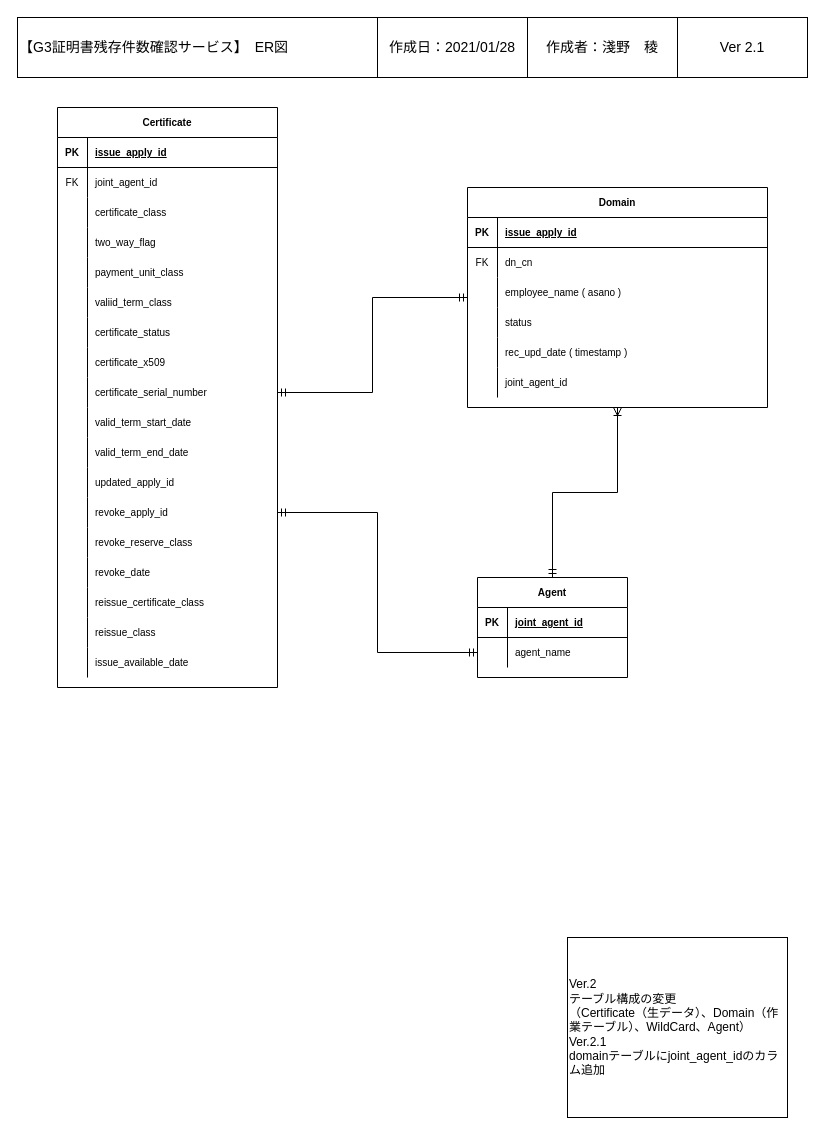
r-asano/kaihatsubuKenshu keeps this draw.io diagram as page "ER図" (3 of 6) of UMLDiagram.drawio. Above is the earlier version. Source tidied: cells renumbered, new cells numbered last; positions are measured from the earlier drawing's top-left corner, leaving out a move shared by most shapes. Both pictures are drawn from the tidied source at 100%, with x=0, y=0 at pixel (17, 17).
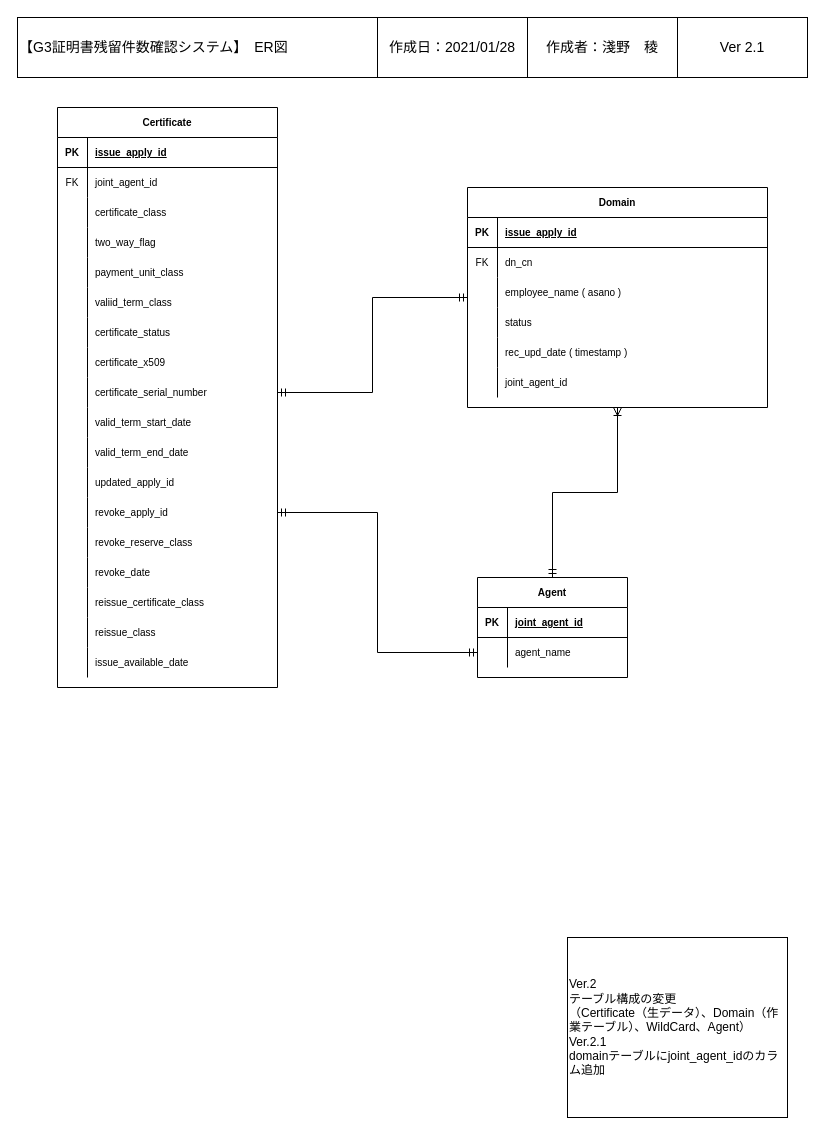
The same page after the edit.

What changed in the source:
```diff
@@
-    <mxCell id="28" value="&lt;div style=&quot;font-size: 14px&quot; align=&quot;left&quot;&gt;&lt;font style=&quot;font-size: 14px&quot;&gt;【G3証明書残存件数確認サービス】　ER図&lt;/font&gt;&lt;/div&gt;" style="rounded=0;whiteSpace=wrap;html=1;align=left;fontSize=14;" parent="1" vertex="1">
+    <mxCell id="28" value="&lt;div style=&quot;font-size: 14px&quot; align=&quot;left&quot;&gt;&lt;font style=&quot;font-size: 14px&quot;&gt;【G3証明書残留件数確認システム】　ER図&lt;/font&gt;&lt;/div&gt;" style="rounded=0;whiteSpace=wrap;html=1;align=left;fontSize=14;" parent="1" vertex="1">
       <mxGeometry width="360" height="60" as="geometry" />
     </mxCell>
```
